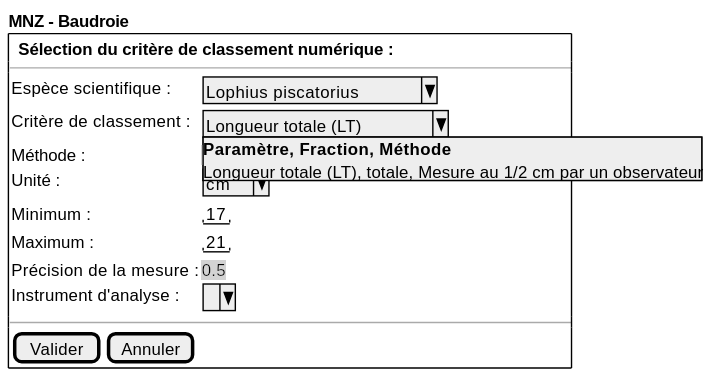
This is projects/common/spe/images/numerical-classification-criteria-selection.svg from sumaris-net/sumaris-doc, a PlantUML export, as it was before one commit.
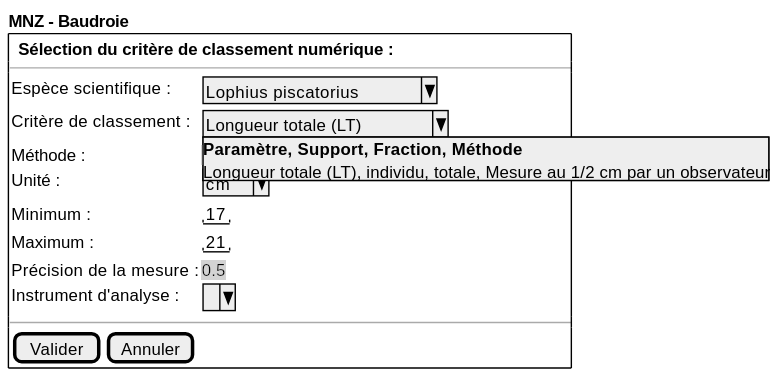
After the change.

What changed in the source:
```diff
@@ -8,7 +8,7 @@
 {
       Espèce scientifique :    | { ^Lophius piscatorius^ }
 
-      Critère de classement :    | { ^Longueur totale (LT)^^<b>Paramètre,   Fraction,  Méthode^^Longueur totale (LT), totale, Mesure au 1/2 cm par un observateur^ }
+      Critère de classement :    | { ^Longueur totale (LT)^^<b>Paramètre,   Support, Fraction,  Méthode^^Longueur totale (LT), individu, totale, Mesure au 1/2 cm par un observateur^ }
 
       Méthode :    | <back:lightgrey><font color=black size=12>Mesure au 1/2 cm par un observateur
 
```
